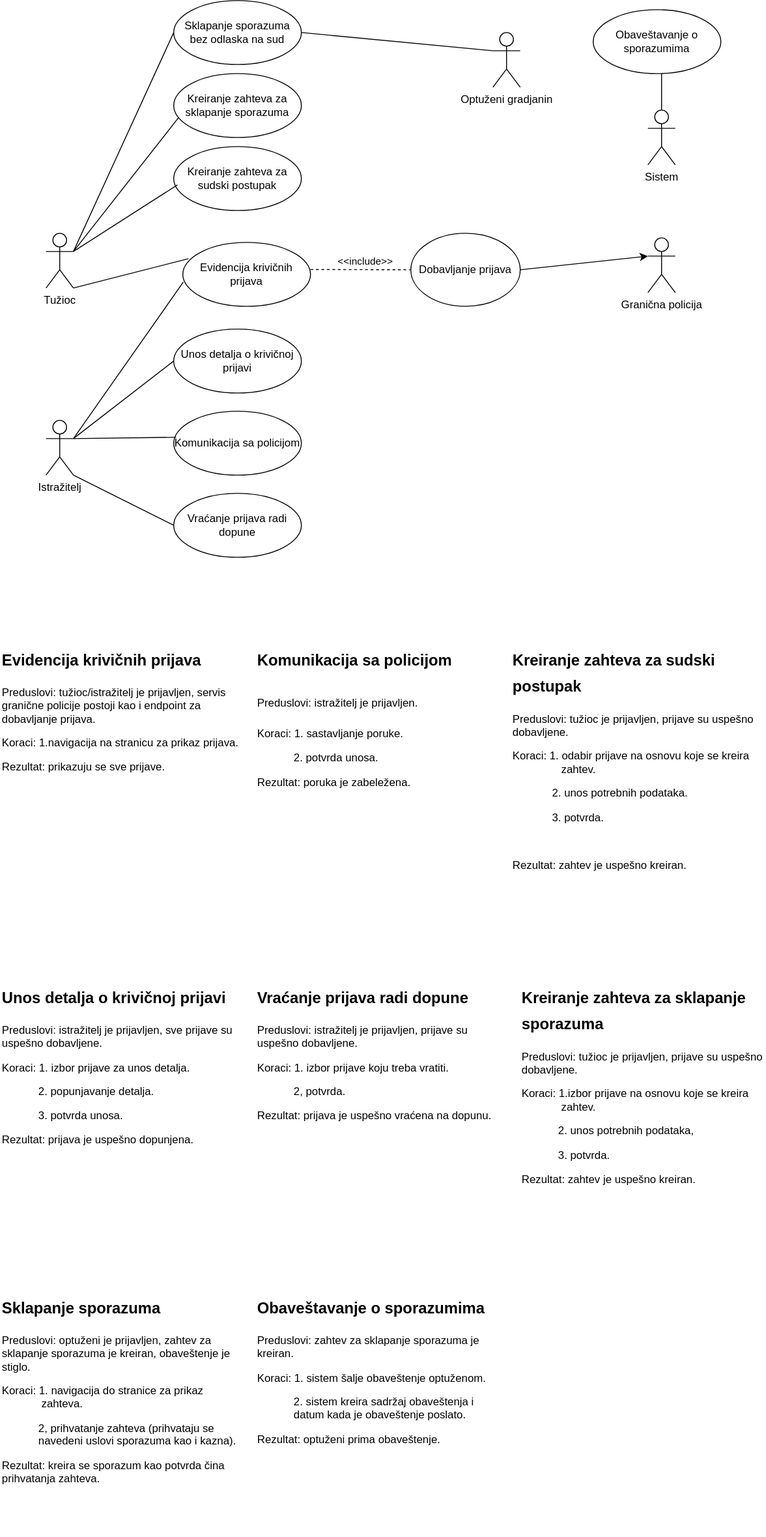
The draw.io diagram kt1/Tuzilasto-use case.svg in markoceran/eUprava, before a commit. Source tidied: cells renumbered, new cells last; positions are measured from the earlier drawing's top-left corner, leaving out a move shared by most shapes.
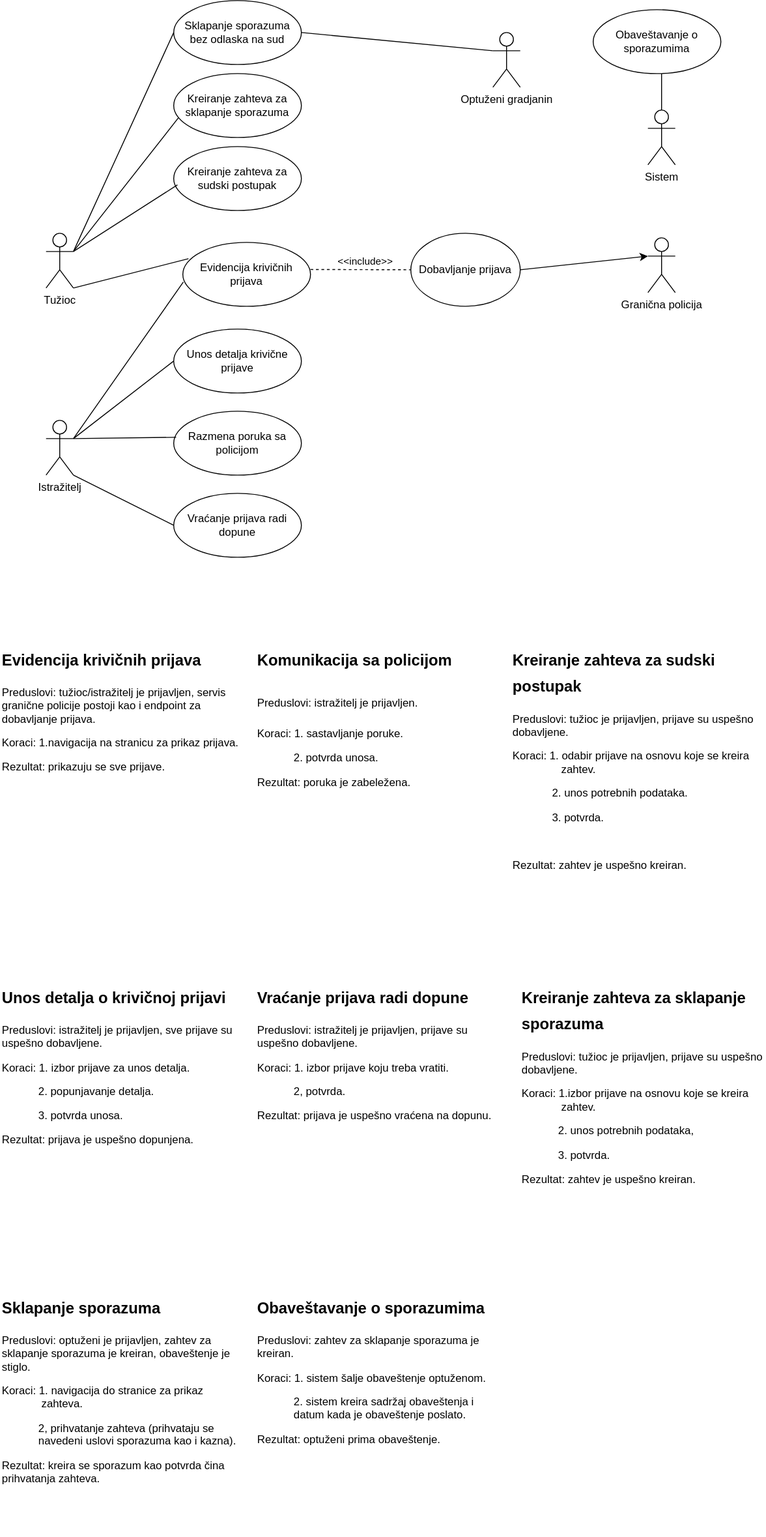
After the commit.

The edit, as a diff of the source:
```diff
@@ -37,7 +37,7 @@
     <mxCell id="11" style="endArrow=none;html=1;rounded=0;exitX=0;exitY=0.5;exitDx=0;exitDy=0;entryX=1;entryY=1;entryDx=0;entryDy=0;entryPerimeter=0;" parent="1" edge="1" source="13" target="3">
       <mxGeometry relative="1" as="geometry" />
     </mxCell>
-    <mxCell id="12" value="Unos detalja o krivičnoj prijavi" style="ellipse;whiteSpace=wrap;html=1;" parent="1" vertex="1">
+    <mxCell id="12" value="Unos detalja krivične prijave" style="ellipse;whiteSpace=wrap;html=1;" parent="1" vertex="1">
       <mxGeometry x="190" y="360" width="140" height="70" as="geometry" />
     </mxCell>
     <mxCell id="13" value="Vraćanje prijava radi dopune" style="ellipse;whiteSpace=wrap;html=1;" parent="1" vertex="1">
@@ -72,7 +72,7 @@
         <mxPoint x="725" y="80" as="targetPoint" />
       </mxGeometry>
     </mxCell>
-    <mxCell id="23" value="Komunikacija sa policijom" style="ellipse;whiteSpace=wrap;html=1;" parent="1" vertex="1">
+    <mxCell id="23" value="Razmena poruka sa policijom" style="ellipse;whiteSpace=wrap;html=1;" parent="1" vertex="1">
       <mxGeometry x="190" y="450" width="140" height="70" as="geometry" />
     </mxCell>
     <mxCell id="24" style="endArrow=none;html=1;rounded=0;entryX=0.019;entryY=0.408;entryDx=0;entryDy=0;exitX=1;exitY=0.3333333333333333;exitDx=0;exitDy=0;exitPerimeter=0;entryPerimeter=0;" parent="1" edge="1" source="3" target="23">
```
